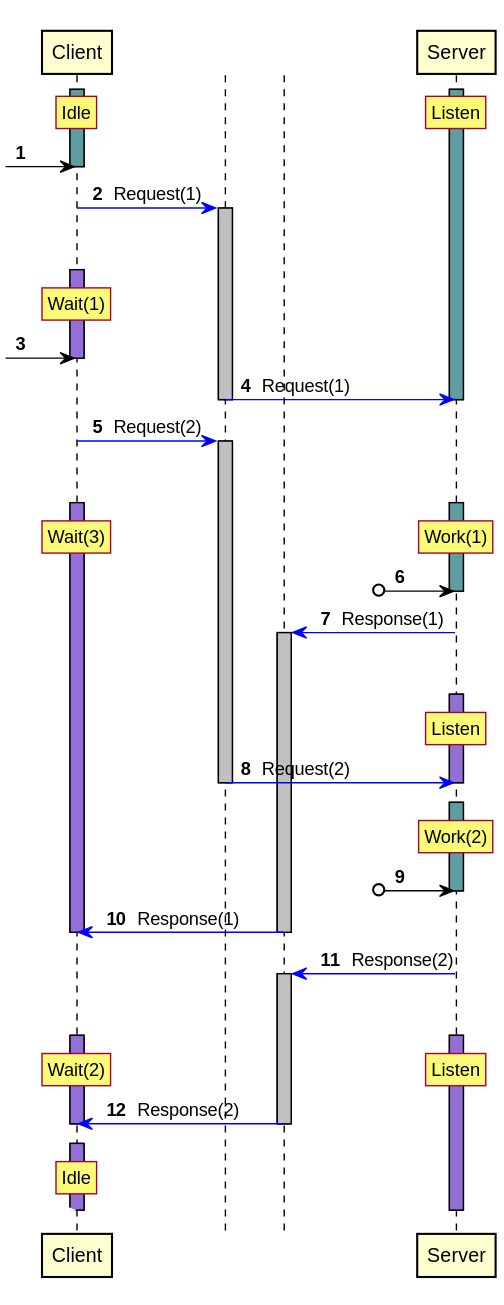
This is tests/expected/test_ordered_client_server/sequence.svg from orenbenkiki/total-space, a PlantUML export, as it was before one commit.
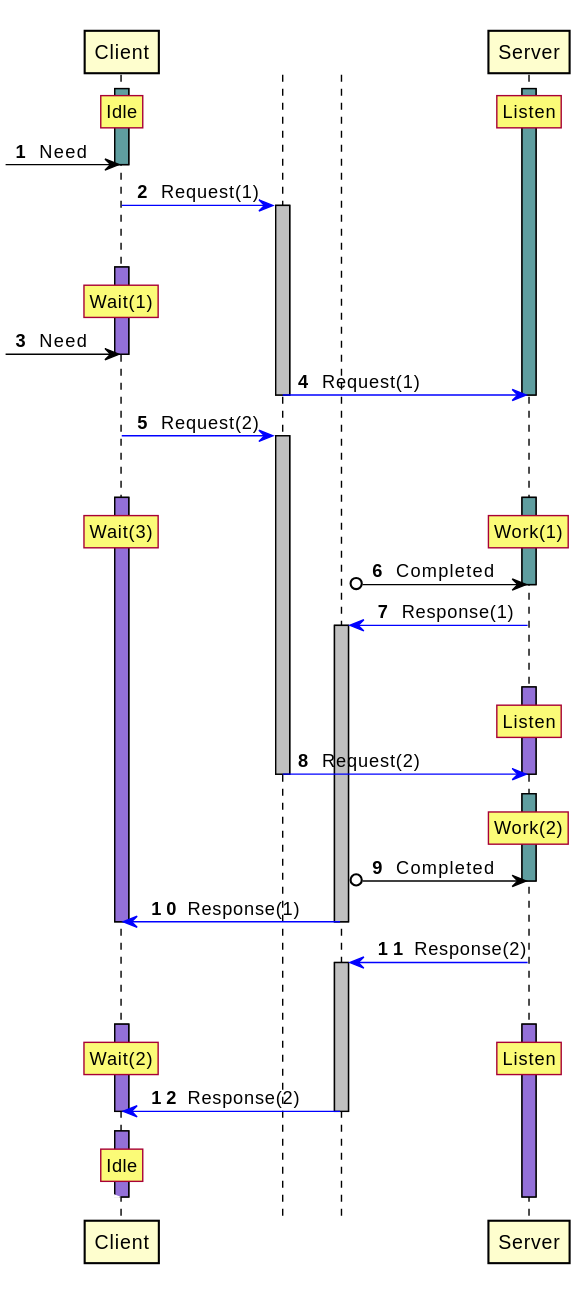
The same diagram one commit later.

What changed in the source:
```diff
@@ -16,7 +16,7 @@
 activate A1 #CadetBlue
 rnote over A0 : Idle
 / rnote over A1 : Listen
-?o-> A0
+?o-> A0 : Need
 deactivate A0
 control " " as T0 order 10101
 A0 -[#Blue]> T0 : Request(1)
@@ -27,7 +27,7 @@
 autonumber resume
 activate A0 #MediumPurple
 rnote over A0 : Wait(1)
-?o-> A0
+?o-> A0 : Need
 deactivate A0
 T0 -[#Blue]> A1 : Request(1)
 deactivate T0
@@ -42,7 +42,7 @@
 activate A1 #CadetBlue
 rnote over A0 : Wait(3)
 / rnote over A1 : Work(1)
-?o-> A1
+?o-> A1 : Completed
 deactivate A1
 control " " as T1 order 10199
 A1 -[#Blue]> T1 : Response(1)
@@ -61,7 +61,7 @@
 autonumber resume
 activate A1 #CadetBlue
 rnote over A1 : Work(2)
-?o-> A1
+?o-> A1 : Completed
 deactivate A1
 T1 -[#Blue]> A0 : Response(1)
 deactivate T1
```
